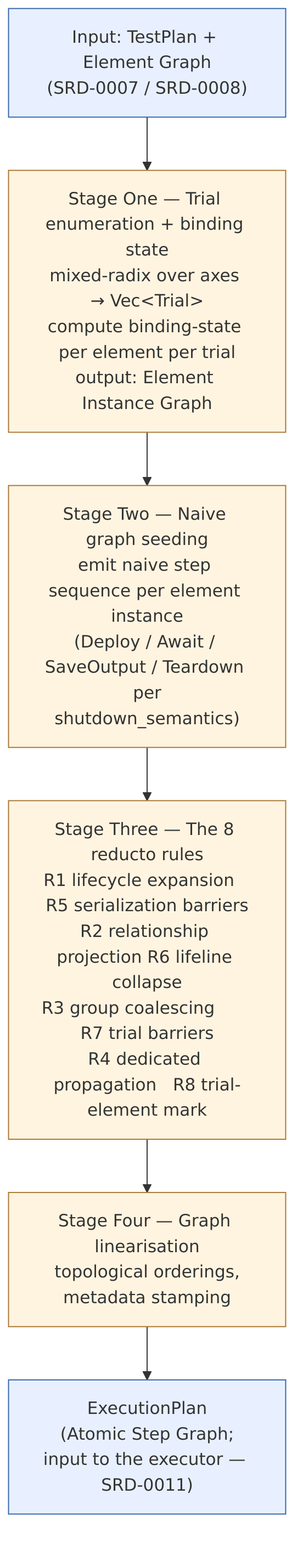
Above: docs/design/diagrams/SRD-0010/pipeline.png in nosqlbench/hyperplane-rs (Mermaid), before the change. Its source is kept beside it as docs/design/diagrams/SRD-0010/pipeline.mmd. Source of this version:
```mermaid
flowchart TB
    IN["Input: TestPlan + Element Graph<br/>(SRD-0007 / SRD-0008)"]
    S1["Stage One — Trial enumeration + binding state<br/>mixed-radix over axes → Vec&lt;Trial&gt;<br/>compute binding-state per element per trial<br/>output: Element Instance Graph"]
    S2["Stage Two — Naive graph seeding<br/>emit naive step sequence per element instance<br/>(Deploy / Await / SaveOutput / Teardown per<br/>shutdown_semantics)"]
    S3["Stage Three — The 8 reducto rules<br/>R1 lifecycle expansion   R5 serialization barriers<br/>R2 relationship projection R6 lifeline collapse<br/>R3 group coalescing       R7 trial barriers<br/>R4 dedicated propagation   R8 trial-element mark"]
    S4["Stage Four — Graph linearisation<br/>topological orderings,<br/>metadata stamping"]
    OUT["ExecutionPlan<br/>(Atomic Step Graph;<br/>input to the executor — SRD-0011)"]

    IN --> S1 --> S2 --> S3 --> S4 --> OUT

    classDef io fill:#e8f0ff,stroke:#3366aa
    classDef stage fill:#fff4e0,stroke:#aa7733
    class IN,OUT io
    class S1,S2,S3,S4 stage
```
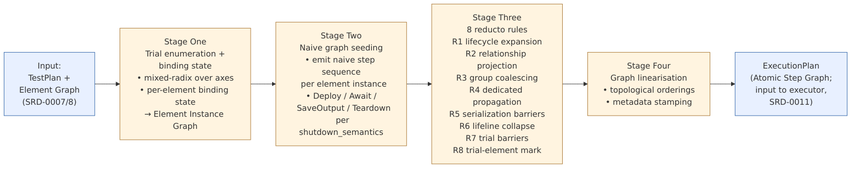
The same file after the commit.

Diff of the diagram source:
```diff
@@ -1,10 +1,11 @@
-flowchart TB
-    IN["Input: TestPlan + Element Graph<br/>(SRD-0007 / SRD-0008)"]
-    S1["Stage One — Trial enumeration + binding state<br/>mixed-radix over axes → Vec&lt;Trial&gt;<br/>compute binding-state per element per trial<br/>output: Element Instance Graph"]
-    S2["Stage Two — Naive graph seeding<br/>emit naive step sequence per element instance<br/>(Deploy / Await / SaveOutput / Teardown per<br/>shutdown_semantics)"]
-    S3["Stage Three — The 8 reducto rules<br/>R1 lifecycle expansion   R5 serialization barriers<br/>R2 relationship projection R6 lifeline collapse<br/>R3 group coalescing       R7 trial barriers<br/>R4 dedicated propagation   R8 trial-element mark"]
-    S4["Stage Four — Graph linearisation<br/>topological orderings,<br/>metadata stamping"]
-    OUT["ExecutionPlan<br/>(Atomic Step Graph;<br/>input to the executor — SRD-0011)"]
+%%{init: {'flowchart': {'nodeSpacing': 30, 'rankSpacing': 50}}}%%
+flowchart LR
+    IN["Input:<br/>TestPlan +<br/>Element Graph<br/>(SRD-0007/8)"]
+    S1["Stage One<br/>Trial enumeration +<br/>binding state<br/>• mixed-radix over axes<br/>• per-element binding state<br/>→ Element Instance Graph"]
+    S2["Stage Two<br/>Naive graph seeding<br/>• emit naive step sequence<br/>  per element instance<br/>• Deploy / Await /<br/>  SaveOutput / Teardown<br/>  per shutdown_semantics"]
+    S3["Stage Three<br/>8 reducto rules<br/>R1 lifecycle expansion<br/>R2 relationship projection<br/>R3 group coalescing<br/>R4 dedicated propagation<br/>R5 serialization barriers<br/>R6 lifeline collapse<br/>R7 trial barriers<br/>R8 trial-element mark"]
+    S4["Stage Four<br/>Graph linearisation<br/>• topological orderings<br/>• metadata stamping"]
+    OUT["ExecutionPlan<br/>(Atomic Step Graph;<br/>input to executor,<br/>SRD-0011)"]
 
     IN --> S1 --> S2 --> S3 --> S4 --> OUT
 
```
